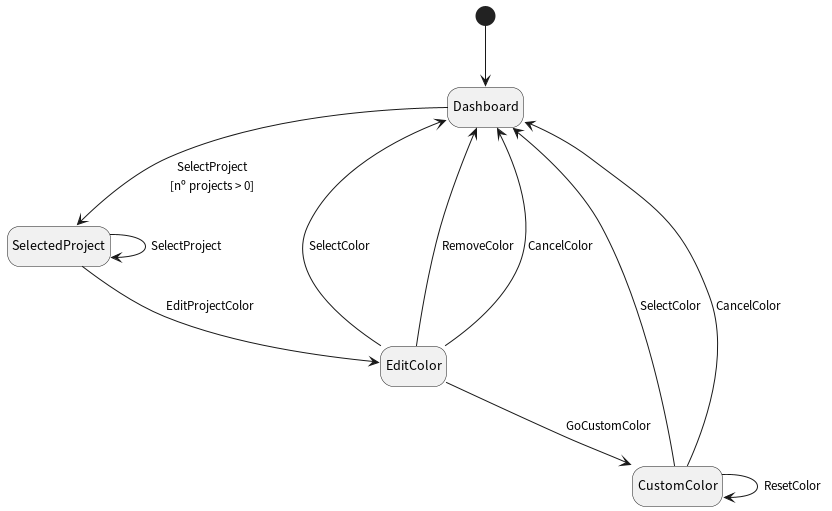
The PlantUML diagram assignments/4_model_based_testing/state_machines/state_machine_3.png in JoaoCostaIFG/tvvs, before a commit.
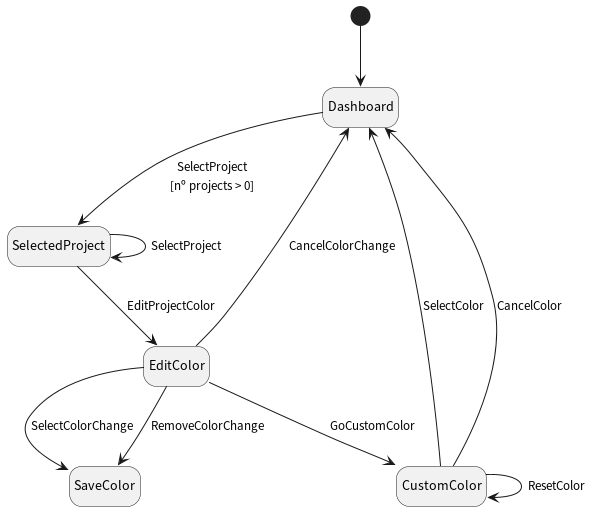
Above is the later version.

What changed in the source:
```diff
@@ -8,9 +8,9 @@
 SelectedProject --> SelectedProject : SelectProject
 SelectedProject --> EditColor : EditProjectColor
 
-EditColor --> Dashboard : SelectColor
-EditColor --> Dashboard : RemoveColor
-EditColor --> Dashboard : CancelColor
+EditColor --> Dashboard : CancelColorChange
+EditColor --> SaveColor : SelectColorChange
+EditColor --> SaveColor : RemoveColorChange
 EditColor --> CustomColor : GoCustomColor
 
 CustomColor --> Dashboard : SelectColor
```
